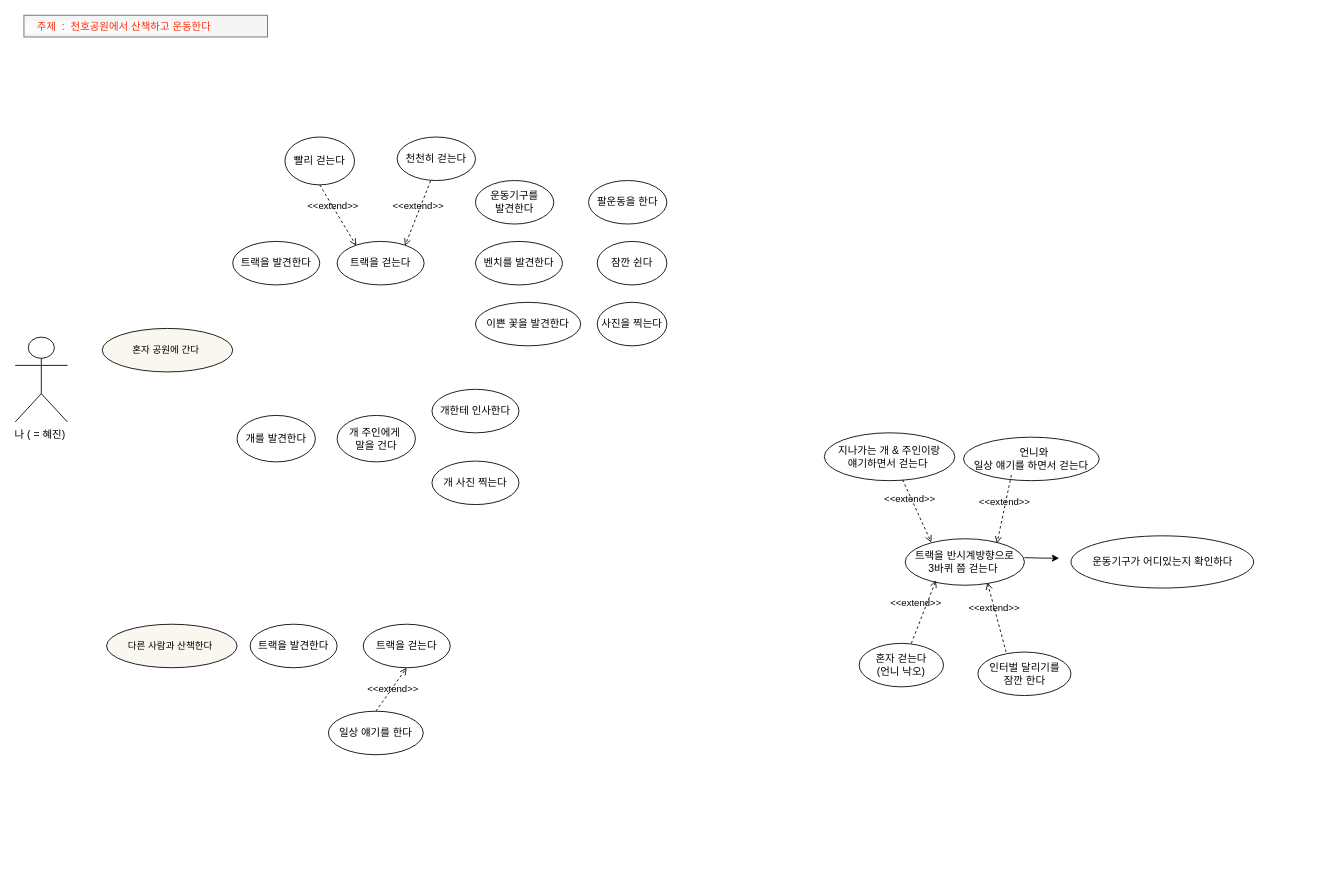
Above: usecase_diagram/0803_UseCase.drawio in Jin-bright/diagram_study (draw.io), before the change. Source tidied: cells renumbered, new cells numbered last; positions are measured from the earlier drawing's top-left corner, leaving out a move shared by most shapes. Both pictures are drawn from the tidied source at 87%, with x=0, y=0 at pixel (15, 15).
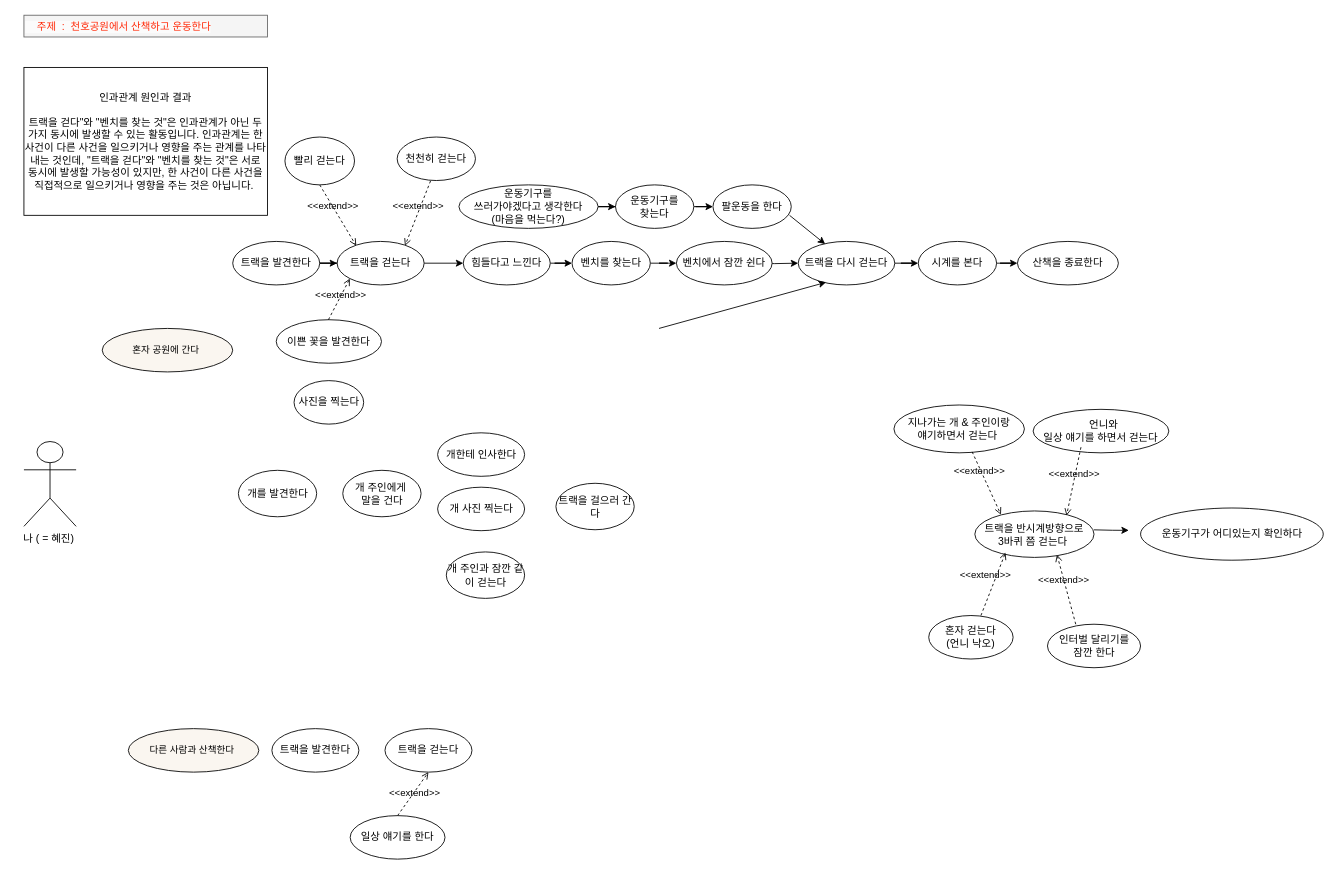
After the change.

Unchanged cells that the change refers to:
```xml
<mxCell id="18" value="트랙을 걷는다" style="ellipse;whiteSpace=wrap;html=1;" parent="1" vertex="1">
  <mxGeometry x="370" y="260" width="100" height="50" as="geometry" />
</mxCell>
<mxCell id="19" value="트랙을 발견한다" style="ellipse;whiteSpace=wrap;html=1;" parent="1" vertex="1">
  <mxGeometry x="250" y="260" width="100" height="50" as="geometry" />
</mxCell>
```

Diff of the diagram source:
```diff
@@
     <mxCell id="2" value="나 ( = 혜진)&amp;nbsp;" style="shape=umlActor;verticalLabelPosition=bottom;verticalAlign=top;html=1;" parent="1" vertex="1">
-      <mxGeometry y="370" width="60" height="97.5" as="geometry" />
+      <mxGeometry x="10" y="490" width="60" height="97.5" as="geometry" />
     </mxCell>
@@
     <mxCell id="4" style="edgeStyle=orthogonalEdgeStyle;rounded=0;orthogonalLoop=1;jettySize=auto;html=1;" parent="1" edge="1">
       <mxGeometry relative="1" as="geometry">
-        <mxPoint x="1160" y="623.5" as="sourcePoint" />
-        <mxPoint x="1200" y="624.1" as="targetPoint" />
+        <mxPoint x="1240" y="591.5" as="sourcePoint" />
+        <mxPoint x="1280" y="592.1" as="targetPoint" />
       </mxGeometry>
     </mxCell>
     <mxCell id="5" value="트랙을 반시계방향으로 &lt;br&gt;3바퀴 쯤 걷는다&amp;nbsp;" style="ellipse;whiteSpace=wrap;html=1;" parent="1" vertex="1">
-      <mxGeometry x="1023" y="601.8" width="137" height="53.4" as="geometry" />
+      <mxGeometry x="1103" y="569.8" width="137" height="53.4" as="geometry" />
     </mxCell>
     <mxCell id="6" value="지나가는 개 &amp;amp; 주인이랑 &lt;br&gt;얘기하면서 걷는다&amp;nbsp;" style="ellipse;whiteSpace=wrap;html=1;" parent="1" vertex="1">
-      <mxGeometry x="930" y="480" width="150" height="55" as="geometry" />
+      <mxGeometry x="1010" y="448" width="150" height="55" as="geometry" />
     </mxCell>
     <mxCell id="7" value="&amp;nbsp; 언니와 &lt;br&gt;일상 얘기를 하면서 걷는다" style="ellipse;whiteSpace=wrap;html=1;" parent="1" vertex="1">
-      <mxGeometry x="1090" y="485" width="156" height="50" as="geometry" />
+      <mxGeometry x="1170" y="453" width="156" height="50" as="geometry" />
     </mxCell>
     <mxCell id="8" value="혼자 걷는다 &lt;br&gt;(언니 낙오)" style="ellipse;whiteSpace=wrap;html=1;" parent="1" vertex="1">
-      <mxGeometry x="970" y="722" width="97" height="50" as="geometry" />
+      <mxGeometry x="1050" y="690" width="97" height="50" as="geometry" />
     </mxCell>
     <mxCell id="9" value="&amp;lt;&amp;lt;extend&amp;gt;&amp;gt;" style="html=1;verticalAlign=bottom;labelBackgroundColor=none;endArrow=open;endFill=0;dashed=1;rounded=0;exitX=0.626;exitY=1.033;exitDx=0;exitDy=0;exitPerimeter=0;entryX=0.248;entryY=0.119;entryDx=0;entryDy=0;entryPerimeter=0;" parent="1" edge="1">
       <mxGeometry x="-0.2" y="-6" relative="1" as="geometry">
-        <mxPoint x="1019.9" y="533.8" as="sourcePoint" />
-        <mxPoint x="1053" y="606.1" as="targetPoint" />
+        <mxPoint x="1099.9" y="501.8" as="sourcePoint" />
+        <mxPoint x="1133" y="574.1" as="targetPoint" />
       </mxGeometry>
     </mxCell>
     <mxCell id="10" value="&amp;lt;&amp;lt;extend&amp;gt;&amp;gt;" style="html=1;verticalAlign=bottom;labelBackgroundColor=none;endArrow=open;endFill=0;dashed=1;rounded=0;exitX=0.5;exitY=1;exitDx=0;exitDy=0;entryX=0.769;entryY=-0.011;entryDx=0;entryDy=0;entryPerimeter=0;" parent="1" edge="1">
       <mxGeometry relative="1" as="geometry">
-        <mxPoint x="1145" y="528.5" as="sourcePoint" />
-        <mxPoint x="1128.4" y="607.2" as="targetPoint" />
+        <mxPoint x="1225" y="496.5" as="sourcePoint" />
+        <mxPoint x="1208.4" y="575.2" as="targetPoint" />
       </mxGeometry>
     </mxCell>
     <mxCell id="11" value="&amp;lt;&amp;lt;extend&amp;gt;&amp;gt;" style="html=1;verticalAlign=bottom;labelBackgroundColor=none;endArrow=open;endFill=0;dashed=1;rounded=0;" parent="1" edge="1">
       <mxGeometry x="-0.05" y="9" relative="1" as="geometry">
-        <mxPoint x="1030" y="722" as="sourcePoint" />
-        <mxPoint x="1058.3" y="649.6" as="targetPoint" />
+        <mxPoint x="1110" y="690" as="sourcePoint" />
+        <mxPoint x="1138.3" y="617.6" as="targetPoint" />
       </mxGeometry>
     </mxCell>
     <mxCell id="12" value="인터벌 달리기를 &lt;br&gt;잠깐 한다" style="ellipse;whiteSpace=wrap;html=1;" parent="1" vertex="1">
-      <mxGeometry x="1106.5" y="732" width="107" height="50" as="geometry" />
+      <mxGeometry x="1186.5" y="700" width="107" height="50" as="geometry" />
     </mxCell>
     <mxCell id="13" value="&amp;lt;&amp;lt;extend&amp;gt;&amp;gt;" style="html=1;verticalAlign=bottom;labelBackgroundColor=none;endArrow=open;endFill=0;dashed=1;rounded=0;entryX=0.921;entryY=0.217;entryDx=0;entryDy=0;entryPerimeter=0;" parent="1" edge="1">
       <mxGeometry x="0.07" y="3" relative="1" as="geometry">
-        <mxPoint x="1139" y="732" as="sourcePoint" />
-        <mxPoint x="1117.4" y="652" as="targetPoint" />
+        <mxPoint x="1219" y="700" as="sourcePoint" />
+        <mxPoint x="1197.4" y="620" as="targetPoint" />
       </mxGeometry>
     </mxCell>
@@
     <mxCell id="15" value="&lt;font style=&quot;font-size: 11px;&quot;&gt;다른 사람과 산책한다&amp;nbsp;&lt;br&gt;&lt;/font&gt;" style="ellipse;whiteSpace=wrap;html=1;fillColor=#FAF6F0;gradientColor=#FAF6F0;strokeColor=default;" parent="1" vertex="1">
-      <mxGeometry x="105" y="700" width="150" height="50" as="geometry" />
+      <mxGeometry x="130" y="820" width="150" height="50" as="geometry" />
     </mxCell>
     <mxCell id="16" value="운동기구가 어디있는지 확인하다" style="ellipse;whiteSpace=wrap;html=1;" parent="1" vertex="1">
-      <mxGeometry x="1213.5" y="598.4" width="210" height="60" as="geometry" />
+      <mxGeometry x="1293.5" y="566.4" width="210" height="60" as="geometry" />
     </mxCell>
     <mxCell id="17" value="개를 발견한다" style="ellipse;whiteSpace=wrap;html=1;" parent="1" vertex="1">
-      <mxGeometry x="255" y="460" width="90" height="53.4" as="geometry" />
+      <mxGeometry x="256.5" y="523.1" width="90" height="53.4" as="geometry" />
     </mxCell>
+    <mxCell id="38" style="edgeStyle=orthogonalEdgeStyle;rounded=0;jettySize=auto;html=1;" parent="1" edge="1" source="18" target="54">
+      <mxGeometry relative="1" as="geometry" />
+    </mxCell>
@@
+    <mxCell id="39" style="edgeStyle=orthogonalEdgeStyle;rounded=0;jettySize=auto;html=1;" parent="1" edge="1" source="19" target="18">
+      <mxGeometry relative="1" as="geometry" />
+    </mxCell>
@@
     <mxCell id="20" value="개 주인에게&amp;nbsp;&lt;br&gt;말을 건다" style="ellipse;whiteSpace=wrap;html=1;" parent="1" vertex="1">
-      <mxGeometry x="370" y="460" width="90" height="53.4" as="geometry" />
+      <mxGeometry x="376.5" y="523.1" width="90" height="53.4" as="geometry" />
     </mxCell>
     <mxCell id="21" value="개한테 인사한다" style="ellipse;whiteSpace=wrap;html=1;" parent="1" vertex="1">
-      <mxGeometry x="479" y="430" width="100" height="50" as="geometry" />
+      <mxGeometry x="485.5" y="480" width="100" height="50" as="geometry" />
     </mxCell>
     <mxCell id="22" value="개 사진 찍는다" style="ellipse;whiteSpace=wrap;html=1;" parent="1" vertex="1">
-      <mxGeometry x="479" y="512.5" width="100" height="50" as="geometry" />
+      <mxGeometry x="485.5" y="542.5" width="100" height="50" as="geometry" />
     </mxCell>
@@
+    <mxCell id="40" style="edgeStyle=orthogonalEdgeStyle;rounded=0;jettySize=auto;html=1;" parent="1" edge="1" source="27" target="28">
+      <mxGeometry relative="1" as="geometry" />
+    </mxCell>
-    <mxCell id="27" value="벤치를 발견한다" style="ellipse;whiteSpace=wrap;html=1;" parent="1" vertex="1">
-      <mxGeometry x="529" y="260" width="100" height="50" as="geometry" />
+    <mxCell id="27" value="벤치를 찾는다" style="ellipse;whiteSpace=wrap;html=1;" parent="1" vertex="1">
+      <mxGeometry x="640" y="260" width="90" height="50" as="geometry" />
     </mxCell>
+    <mxCell id="41" style="edgeStyle=orthogonalEdgeStyle;rounded=0;jettySize=auto;html=1;entryX=0;entryY=0.5;entryDx=0;entryDy=0;" parent="1" edge="1" target="44">
+      <mxGeometry relative="1" as="geometry">
+        <mxPoint x="845" y="285" as="sourcePoint" />
+      </mxGeometry>
+    </mxCell>
-    <mxCell id="28" value="잠깐 쉰다" style="ellipse;whiteSpace=wrap;html=1;" parent="1" vertex="1">
-      <mxGeometry x="669" y="260" width="80" height="50" as="geometry" />
+    <mxCell id="28" value="벤치에서 잠깐 쉰다" style="ellipse;whiteSpace=wrap;html=1;" parent="1" vertex="1">
+      <mxGeometry x="760" y="260" width="110" height="50" as="geometry" />
     </mxCell>
+    <mxCell id="42" style="edgeStyle=orthogonalEdgeStyle;rounded=0;jettySize=auto;html=1;" parent="1" edge="1" source="29" target="30">
+      <mxGeometry relative="1" as="geometry" />
+    </mxCell>
-    <mxCell id="29" value="운동기구를 &lt;br&gt;발견한다" style="ellipse;whiteSpace=wrap;html=1;" parent="1" vertex="1">
-      <mxGeometry x="529" y="190" width="90" height="50" as="geometry" />
+    <mxCell id="29" value="운동기구를 &lt;br&gt;찾는다" style="ellipse;whiteSpace=wrap;html=1;" parent="1" vertex="1">
+      <mxGeometry x="690" y="195" width="90" height="50" as="geometry" />
     </mxCell>
     <mxCell id="30" value="팔운동을 한다" style="ellipse;whiteSpace=wrap;html=1;" parent="1" vertex="1">
-      <mxGeometry x="659" y="190" width="90" height="50" as="geometry" />
+      <mxGeometry x="802" y="195" width="90" height="50" as="geometry" />
     </mxCell>
     <mxCell id="31" value="이쁜 꽃을 발견한다" style="ellipse;whiteSpace=wrap;html=1;" parent="1" vertex="1">
-      <mxGeometry x="529" y="330" width="121" height="50" as="geometry" />
+      <mxGeometry x="300" y="350" width="121" height="50" as="geometry" />
     </mxCell>
     <mxCell id="32" value="사진을 찍는다" style="ellipse;whiteSpace=wrap;html=1;" parent="1" vertex="1">
-      <mxGeometry x="669" y="330" width="80" height="50" as="geometry" />
+      <mxGeometry x="320.5" y="420" width="80" height="50" as="geometry" />
     </mxCell>
     <mxCell id="33" value="트랙을 발견한다" style="ellipse;whiteSpace=wrap;html=1;" parent="1" vertex="1">
-      <mxGeometry x="270" y="700" width="100" height="50" as="geometry" />
+      <mxGeometry x="295" y="820" width="100" height="50" as="geometry" />
     </mxCell>
     <mxCell id="34" value="트랙을 걷는다" style="ellipse;whiteSpace=wrap;html=1;" parent="1" vertex="1">
-      <mxGeometry x="400" y="700" width="100" height="50" as="geometry" />
+      <mxGeometry x="425" y="820" width="100" height="50" as="geometry" />
     </mxCell>
     <mxCell id="35" value="일상 얘기를 한다" style="ellipse;whiteSpace=wrap;html=1;" parent="1" vertex="1">
-      <mxGeometry x="360" y="800" width="109" height="50" as="geometry" />
+      <mxGeometry x="385" y="920" width="109" height="50" as="geometry" />
     </mxCell>
@@
+    <mxCell id="43" style="edgeStyle=orthogonalEdgeStyle;rounded=0;jettySize=auto;html=1;" parent="1" edge="1" source="44" target="46">
+      <mxGeometry relative="1" as="geometry" />
+    </mxCell>
+    <mxCell id="44" value="트랙을 다시 걷는다" style="ellipse;whiteSpace=wrap;html=1;" parent="1" vertex="1">
+      <mxGeometry x="900" y="260" width="111" height="50" as="geometry" />
+    </mxCell>
+    <mxCell id="45" style="edgeStyle=orthogonalEdgeStyle;rounded=0;jettySize=auto;html=1;" parent="1" edge="1" source="46" target="47">
+      <mxGeometry relative="1" as="geometry" />
+    </mxCell>
+    <mxCell id="46" value="시계를 본다" style="ellipse;whiteSpace=wrap;html=1;" parent="1" vertex="1">
+      <mxGeometry x="1038" y="260" width="90" height="50" as="geometry" />
+    </mxCell>
+    <mxCell id="47" value="산책을 종료한다" style="ellipse;whiteSpace=wrap;html=1;" parent="1" vertex="1">
+      <mxGeometry x="1152" y="260" width="116" height="50" as="geometry" />
+    </mxCell>
+    <mxCell id="48" style="endArrow=classic;html=1;rounded=0;entryX=0.288;entryY=0.94;entryDx=0;entryDy=0;entryPerimeter=0;" parent="1" edge="1" target="44">
+      <mxGeometry relative="1" as="geometry">
+        <mxPoint x="740" y="360" as="sourcePoint" />
+      </mxGeometry>
+    </mxCell>
+    <mxCell id="49" style="endArrow=classic;html=1;rounded=0;entryX=0.279;entryY=0.06;entryDx=0;entryDy=0;entryPerimeter=0;" parent="1" edge="1" target="44">
+      <mxGeometry relative="1" as="geometry">
+        <mxPoint x="890" y="230" as="sourcePoint" />
+      </mxGeometry>
+    </mxCell>
+    <mxCell id="50" value="개 주인과 잠깐 같이 걷는다" style="ellipse;whiteSpace=wrap;html=1;" parent="1" vertex="1">
+      <mxGeometry x="495.5" y="616.9" width="90" height="53.4" as="geometry" />
+    </mxCell>
+    <mxCell id="51" value="트랙을 걸으러 간다" style="ellipse;whiteSpace=wrap;html=1;" parent="1" vertex="1">
+      <mxGeometry x="621.5" y="538" width="90" height="53.4" as="geometry" />
+    </mxCell>
+    <mxCell id="52" value="인과관계 원인과 결과&lt;br&gt;&lt;br&gt;트랙을 걷다&quot;와 &quot;벤치를 찾는 것&quot;은 인과관계가 아닌 두 가지 동시에 발생할 수 있는 활동입니다. 인과관계는 한 사건이 다른 사건을 일으키거나 영향을 주는 관계를 나타내는 것인데, &quot;트랙을 걷다&quot;와 &quot;벤치를 찾는 것&quot;은 서로 동시에 발생할 가능성이 있지만, 한 사건이 다른 사건을 직접적으로 일으키거나 영향을 주는 것은 아닙니다.&amp;nbsp;" style="rounded=0;whiteSpace=wrap;html=1;" parent="1" vertex="1">
+      <mxGeometry x="10" y="60" width="280" height="170" as="geometry" />
+    </mxCell>
+    <mxCell id="53" style="edgeStyle=orthogonalEdgeStyle;rounded=0;jettySize=auto;html=1;" parent="1" edge="1" source="54" target="27">
+      <mxGeometry relative="1" as="geometry" />
+    </mxCell>
+    <mxCell id="54" value="힘들다고 느낀다" style="ellipse;whiteSpace=wrap;html=1;" parent="1" vertex="1">
+      <mxGeometry x="515" y="260" width="100" height="50" as="geometry" />
+    </mxCell>
+    <mxCell id="55" style="edgeStyle=orthogonalEdgeStyle;rounded=0;jettySize=auto;html=1;" parent="1" edge="1" source="56" target="29">
+      <mxGeometry relative="1" as="geometry" />
+    </mxCell>
+    <mxCell id="56" value="운동기구를 &lt;br&gt;쓰러가야겠다고 생각한다 &lt;br&gt;(마음을 먹는다?)" style="ellipse;whiteSpace=wrap;html=1;" parent="1" vertex="1">
+      <mxGeometry x="510" y="195" width="160" height="50" as="geometry" />
+    </mxCell>
+    <mxCell id="57" value="&amp;lt;&amp;lt;extend&amp;gt;&amp;gt;" style="html=1;verticalAlign=bottom;labelBackgroundColor=none;endArrow=open;endFill=0;dashed=1;rounded=0;entryX=0;entryY=1;entryDx=0;entryDy=0;" parent="1" edge="1" target="18">
+      <mxGeometry x="-0.13" y="-4" relative="1" as="geometry">
+        <mxPoint x="360" y="350" as="sourcePoint" />
+      </mxGeometry>
+    </mxCell>
```
